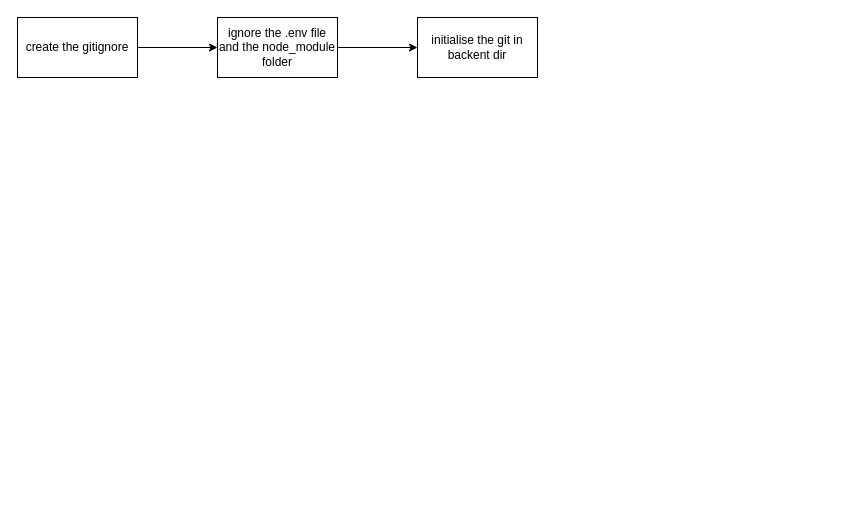
This is page "07 - Deploying our API" (6 of 7) of backend.dio from SARSmars/food-app-api, a draw.io file, before an edit. Source tidied: cells renumbered, new cells numbered last; positions are measured from the earlier drawing's top-left corner, leaving out a move shared by most shapes. Both pictures are drawn from the tidied source at 100%, with x=0, y=0 at pixel (17, 17).
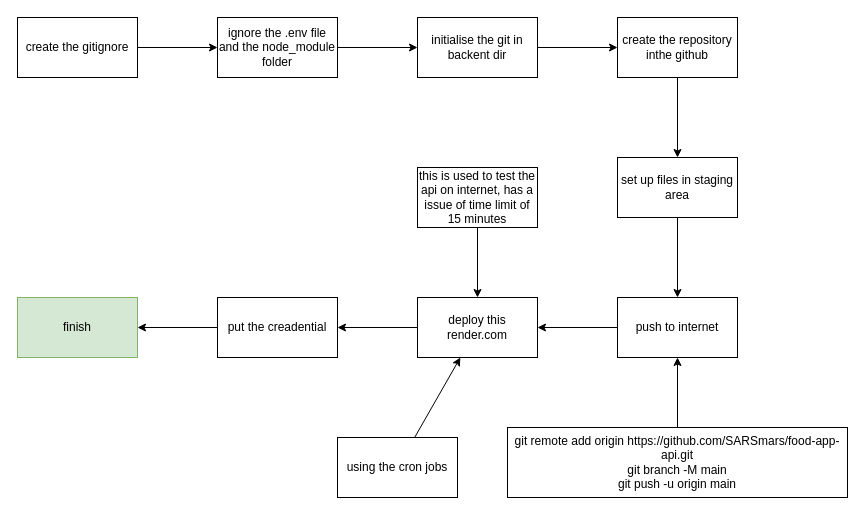
The same page after the edit.

Unchanged cells that the change refers to:
```xml
<mxCell id="6" value="initialise the git in backent dir" style="whiteSpace=wrap;html=1;" parent="1" vertex="1">
  <mxGeometry x="400" width="120" height="60" as="geometry" />
</mxCell>
```

What changed in the source:
```diff
@@
+    <mxCell id="7" style="edgeStyle=none;html=1;" parent="1" edge="1" source="6" target="9">
+      <mxGeometry relative="1" as="geometry" />
+    </mxCell>
@@
+    <mxCell id="8" style="edgeStyle=none;html=1;" parent="1" edge="1" source="9" target="11">
+      <mxGeometry relative="1" as="geometry" />
+    </mxCell>
+    <mxCell id="9" value="create the repository inthe github" style="whiteSpace=wrap;html=1;" parent="1" vertex="1">
+      <mxGeometry x="600" width="120" height="60" as="geometry" />
+    </mxCell>
+    <mxCell id="10" style="edgeStyle=none;html=1;" parent="1" edge="1" source="11" target="14">
+      <mxGeometry relative="1" as="geometry" />
+    </mxCell>
+    <mxCell id="11" value="set up files in staging area" style="whiteSpace=wrap;html=1;" parent="1" vertex="1">
+      <mxGeometry x="600" y="140" width="120" height="60" as="geometry" />
+    </mxCell>
+    <mxCell id="12" style="edgeStyle=none;html=1;" parent="1" edge="1" source="15" target="14">
+      <mxGeometry relative="1" as="geometry" />
+    </mxCell>
+    <mxCell id="13" style="edgeStyle=none;html=1;" parent="1" edge="1" source="14" target="19">
+      <mxGeometry relative="1" as="geometry" />
+    </mxCell>
+    <mxCell id="14" value="push to internet" style="whiteSpace=wrap;html=1;" parent="1" vertex="1">
+      <mxGeometry x="600" y="280" width="120" height="60" as="geometry" />
+    </mxCell>
+    <mxCell id="15" value="git remote add origin https://github.com/SARSmars/food-app-api.git&#10;git branch -M main&#10;git push -u origin main" style="whiteSpace=wrap;html=1;" parent="1" vertex="1">
+      <mxGeometry x="490" y="410" width="340" height="70" as="geometry" />
+    </mxCell>
+    <mxCell id="16" style="edgeStyle=none;html=1;" parent="1" edge="1" source="20" target="19">
+      <mxGeometry relative="1" as="geometry" />
+    </mxCell>
+    <mxCell id="17" style="edgeStyle=none;html=1;" parent="1" edge="1" source="21" target="19">
+      <mxGeometry relative="1" as="geometry" />
+    </mxCell>
+    <mxCell id="18" style="edgeStyle=none;html=1;" parent="1" edge="1" source="19" target="23">
+      <mxGeometry relative="1" as="geometry" />
+    </mxCell>
+    <mxCell id="19" value="deploy this render.com" style="whiteSpace=wrap;html=1;" parent="1" vertex="1">
+      <mxGeometry x="400" y="280" width="120" height="60" as="geometry" />
+    </mxCell>
+    <mxCell id="20" value="this is used to test the api on internet, has a issue of time limit of 15 minutes" style="whiteSpace=wrap;html=1;" parent="1" vertex="1">
+      <mxGeometry x="400" y="150" width="120" height="60" as="geometry" />
+    </mxCell>
+    <mxCell id="21" value="using the cron jobs" style="whiteSpace=wrap;html=1;" parent="1" vertex="1">
+      <mxGeometry x="320" y="420" width="120" height="60" as="geometry" />
+    </mxCell>
+    <mxCell id="22" style="edgeStyle=none;html=1;" parent="1" edge="1" source="23" target="24">
+      <mxGeometry relative="1" as="geometry" />
+    </mxCell>
+    <mxCell id="23" value="put the creadential" style="whiteSpace=wrap;html=1;" parent="1" vertex="1">
+      <mxGeometry x="200" y="280" width="120" height="60" as="geometry" />
+    </mxCell>
+    <mxCell id="24" value="finish" style="whiteSpace=wrap;html=1;fillColor=#d5e8d4;strokeColor=#82b366;" parent="1" vertex="1">
+      <mxGeometry y="280" width="120" height="60" as="geometry" />
+    </mxCell>
```
